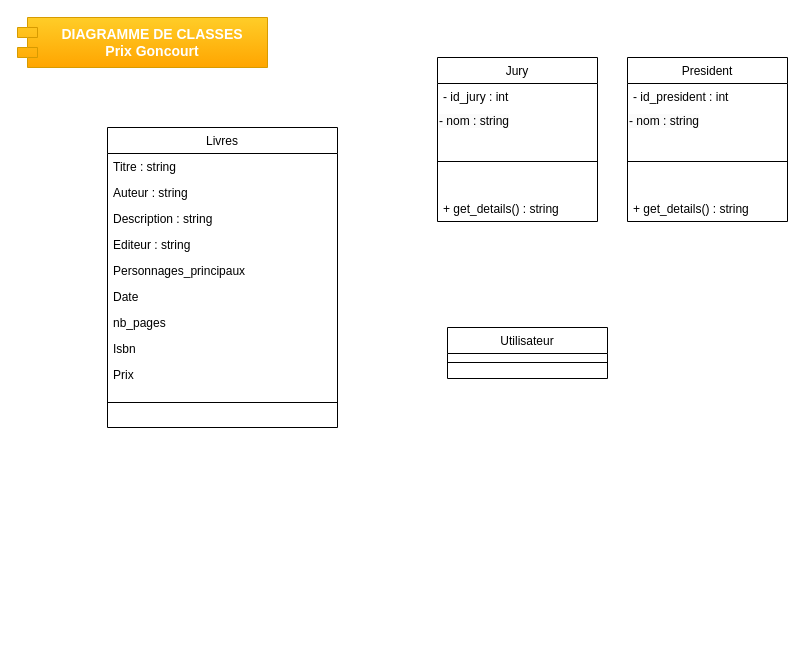
MelissaHOA/Prix_Goncourt keeps this draw.io diagram as Diagramme_classe.drawio. Above is the earlier version. Source tidied: cells renumbered, new cells numbered last; positions are measured from the earlier drawing's top-left corner, leaving out a move shared by most shapes. Both pictures are drawn from the tidied source at 100%, with x=0, y=0 at pixel (17, 17).
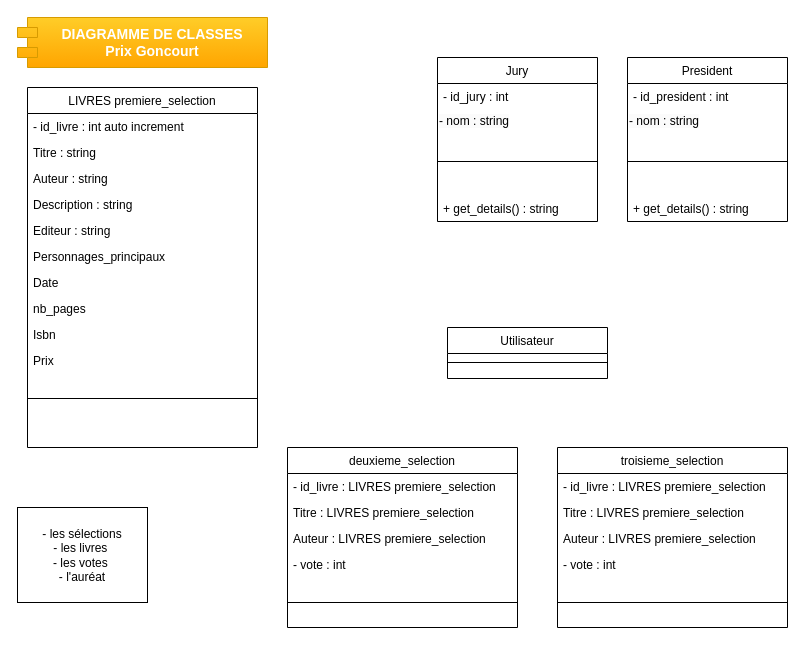
After the change.

Commit message (it also covers changes not shown here):
Mettre à jour Diagramme_classe.drawio

Change to the diagram source:
```diff
@@
-    <mxCell id="2" value="Livres" style="swimlane;fontStyle=0;align=center;verticalAlign=top;horizontal=1;startSize=26;rounded=0;shadow=0;strokeWidth=1;" parent="1" vertex="1">
-      <mxGeometry x="90" y="110" width="230" height="300" as="geometry" />
+    <mxCell id="2" value="LIVRES premiere_selection" style="swimlane;fontStyle=0;align=center;verticalAlign=top;horizontal=1;startSize=26;rounded=0;shadow=0;strokeWidth=1;" parent="1" vertex="1">
+      <mxGeometry x="10" y="70" width="230" height="360" as="geometry" />
     </mxCell>
+    <mxCell id="26" value="- id_livre : int auto increment" style="text;align=left;verticalAlign=top;spacingLeft=4;spacingRight=4;overflow=hidden;" parent="2" vertex="1">
+      <mxGeometry y="26" width="230" height="26" as="geometry" />
+    </mxCell>
     <mxCell id="3" value="Titre : string" style="text;align=left;verticalAlign=top;spacingLeft=4;spacingRight=4;overflow=hidden;" parent="2" vertex="1">
-      <mxGeometry y="26" width="230" height="26" as="geometry" />
+      <mxGeometry y="52" width="230" height="26" as="geometry" />
     </mxCell>
     <mxCell id="4" value="Auteur : string" style="text;align=left;verticalAlign=top;spacingLeft=4;spacingRight=4;overflow=hidden;rounded=0;shadow=0;html=0;" parent="2" vertex="1">
-      <mxGeometry y="52" width="230" height="26" as="geometry" />
+      <mxGeometry y="78" width="230" height="26" as="geometry" />
     </mxCell>
     <mxCell id="5" value="Description : string" style="text;align=left;verticalAlign=top;spacingLeft=4;spacingRight=4;overflow=hidden;rounded=0;shadow=0;html=0;" parent="2" vertex="1">
-      <mxGeometry y="78" width="230" height="26" as="geometry" />
+      <mxGeometry y="104" width="230" height="26" as="geometry" />
     </mxCell>
     <mxCell id="6" value="Editeur : string" style="text;align=left;verticalAlign=top;spacingLeft=4;spacingRight=4;overflow=hidden;rounded=0;shadow=0;html=0;" parent="2" vertex="1">
-      <mxGeometry y="104" width="230" height="26" as="geometry" />
+      <mxGeometry y="130" width="230" height="26" as="geometry" />
     </mxCell>
     <mxCell id="7" value="Personnages_principaux" style="text;align=left;verticalAlign=top;spacingLeft=4;spacingRight=4;overflow=hidden;rounded=0;shadow=0;html=0;" parent="2" vertex="1">
-      <mxGeometry y="130" width="230" height="26" as="geometry" />
+      <mxGeometry y="156" width="230" height="26" as="geometry" />
     </mxCell>
     <mxCell id="8" value="Date   " style="text;align=left;verticalAlign=top;spacingLeft=4;spacingRight=4;overflow=hidden;" parent="2" vertex="1">
-      <mxGeometry y="156" width="230" height="26" as="geometry" />
+      <mxGeometry y="182" width="230" height="26" as="geometry" />
     </mxCell>
     <mxCell id="9" value="nb_pages" style="text;align=left;verticalAlign=top;spacingLeft=4;spacingRight=4;overflow=hidden;" parent="2" vertex="1">
-      <mxGeometry y="182" width="230" height="26" as="geometry" />
+      <mxGeometry y="208" width="230" height="26" as="geometry" />
     </mxCell>
     <mxCell id="10" value="Isbn" style="text;align=left;verticalAlign=top;spacingLeft=4;spacingRight=4;overflow=hidden;" parent="2" vertex="1">
-      <mxGeometry y="208" width="230" height="26" as="geometry" />
+      <mxGeometry y="234" width="230" height="26" as="geometry" />
     </mxCell>
     <mxCell id="11" value="Prix" style="text;align=left;verticalAlign=top;spacingLeft=4;spacingRight=4;overflow=hidden;" parent="2" vertex="1">
-      <mxGeometry y="234" width="230" height="26" as="geometry" />
+      <mxGeometry y="260" width="230" height="26" as="geometry" />
     </mxCell>
     <mxCell id="12" style="line;html=1;strokeWidth=1;align=left;verticalAlign=middle;spacingTop=-1;spacingLeft=3;spacingRight=3;labelPosition=right;" parent="2" vertex="1">
-      <mxGeometry y="260" width="230" height="30" as="geometry" />
+      <mxGeometry y="286" width="230" height="50" as="geometry" />
     </mxCell>
@@
+    <mxCell id="27" value="&lt;div&gt;- les sélections&lt;/div&gt;- les livres&amp;nbsp;&lt;div&gt;- les votes&amp;nbsp;&lt;/div&gt;&lt;div&gt;- l'auréat&lt;/div&gt;" style="rounded=0;whiteSpace=wrap;html=1;" parent="1" vertex="1">
+      <mxGeometry y="490" width="130" height="95" as="geometry" />
+    </mxCell>
+    <mxCell id="28" value="deuxieme_selection" style="swimlane;fontStyle=0;align=center;verticalAlign=top;horizontal=1;startSize=26;rounded=0;shadow=0;strokeWidth=1;" parent="1" vertex="1">
+      <mxGeometry x="270" y="430" width="230" height="180" as="geometry" />
+    </mxCell>
+    <mxCell id="29" value="- id_livre : LIVRES premiere_selection" style="text;align=left;verticalAlign=top;spacingLeft=4;spacingRight=4;overflow=hidden;" parent="28" vertex="1">
+      <mxGeometry y="26" width="230" height="26" as="geometry" />
+    </mxCell>
+    <mxCell id="30" value="Titre : LIVRES premiere_selection" style="text;align=left;verticalAlign=top;spacingLeft=4;spacingRight=4;overflow=hidden;" parent="28" vertex="1">
+      <mxGeometry y="52" width="230" height="26" as="geometry" />
+    </mxCell>
+    <mxCell id="31" value="Auteur : LIVRES premiere_selection" style="text;align=left;verticalAlign=top;spacingLeft=4;spacingRight=4;overflow=hidden;rounded=0;shadow=0;html=0;" parent="28" vertex="1">
+      <mxGeometry y="78" width="230" height="26" as="geometry" />
+    </mxCell>
+    <mxCell id="32" value="- vote : int" style="text;align=left;verticalAlign=top;spacingLeft=4;spacingRight=4;overflow=hidden;" parent="28" vertex="1">
+      <mxGeometry y="104" width="230" height="26" as="geometry" />
+    </mxCell>
+    <mxCell id="33" style="line;html=1;strokeWidth=1;align=left;verticalAlign=middle;spacingTop=-1;spacingLeft=3;spacingRight=3;labelPosition=right;" parent="28" vertex="1">
+      <mxGeometry y="130" width="230" height="50" as="geometry" />
+    </mxCell>
+    <mxCell id="34" value="troisieme_selection" style="swimlane;fontStyle=0;align=center;verticalAlign=top;horizontal=1;startSize=26;rounded=0;shadow=0;strokeWidth=1;" parent="1" vertex="1">
+      <mxGeometry x="540" y="430" width="230" height="180" as="geometry" />
+    </mxCell>
+    <mxCell id="35" value="- id_livre : LIVRES premiere_selection" style="text;align=left;verticalAlign=top;spacingLeft=4;spacingRight=4;overflow=hidden;" parent="34" vertex="1">
+      <mxGeometry y="26" width="230" height="26" as="geometry" />
+    </mxCell>
+    <mxCell id="36" value="Titre : LIVRES premiere_selection" style="text;align=left;verticalAlign=top;spacingLeft=4;spacingRight=4;overflow=hidden;" parent="34" vertex="1">
+      <mxGeometry y="52" width="230" height="26" as="geometry" />
+    </mxCell>
+    <mxCell id="37" value="Auteur : LIVRES premiere_selection" style="text;align=left;verticalAlign=top;spacingLeft=4;spacingRight=4;overflow=hidden;rounded=0;shadow=0;html=0;" parent="34" vertex="1">
+      <mxGeometry y="78" width="230" height="26" as="geometry" />
+    </mxCell>
+    <mxCell id="38" value="- vote : int" style="text;align=left;verticalAlign=top;spacingLeft=4;spacingRight=4;overflow=hidden;" parent="34" vertex="1">
+      <mxGeometry y="104" width="230" height="26" as="geometry" />
+    </mxCell>
+    <mxCell id="39" style="line;html=1;strokeWidth=1;align=left;verticalAlign=middle;spacingTop=-1;spacingLeft=3;spacingRight=3;labelPosition=right;" parent="34" vertex="1">
+      <mxGeometry y="130" width="230" height="50" as="geometry" />
+    </mxCell>
```
